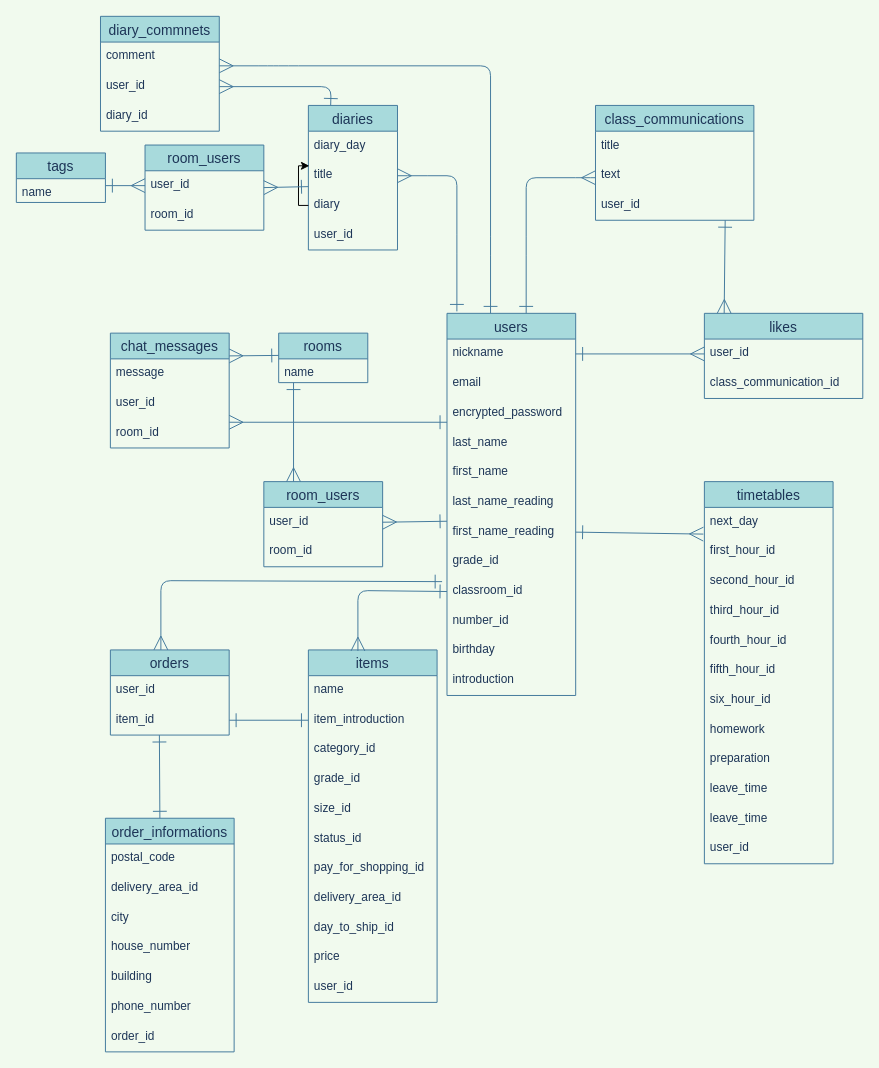
Above: ER.dio in hiratatatsujiro/contact_book_app (draw.io), before the change. Source tidied: cells renumbered, new cells numbered last; positions are measured from the earlier drawing's top-left corner, leaving out a move shared by most shapes. Both pictures are drawn from the tidied source at 99%, with x=0, y=0 at pixel (16, 16).
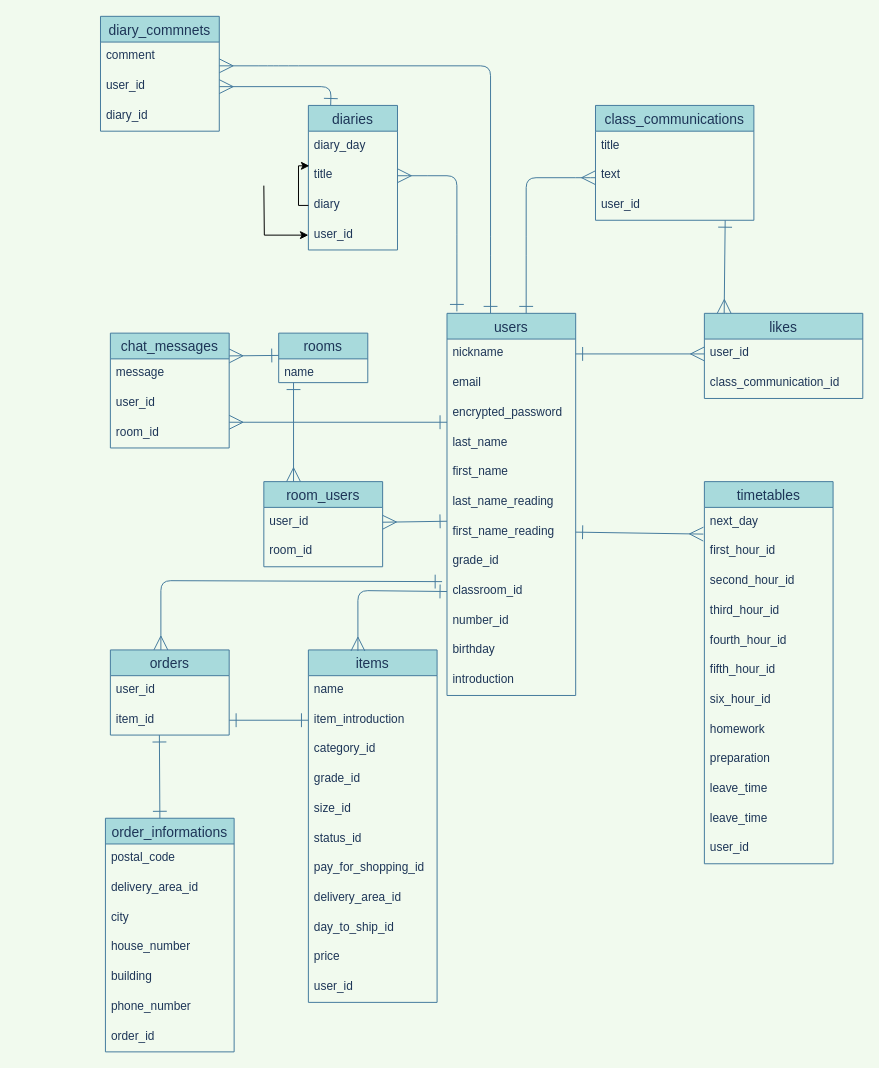
The same diagram, later.

Unchanged cells that the change refers to:
```xml
<mxCell id="17" value="title&#10;" style="text;strokeColor=none;fillColor=none;spacingLeft=4;spacingRight=4;overflow=hidden;points=[[0,0.5],[1,0.5]];portConstraint=eastwest;fontSize=12;fontColor=#1D3557;" parent="15" vertex="1">
  <mxGeometry y="56" width="90" height="30" as="geometry" />
</mxCell>
<mxCell id="20" value="user_id" style="text;strokeColor=none;fillColor=none;spacingLeft=4;spacingRight=4;overflow=hidden;points=[[0,0.5],[1,0.5]];portConstraint=eastwest;fontSize=12;fontColor=#1D3557;" parent="15" vertex="1">
  <mxGeometry y="116" width="90" height="30" as="geometry" />
</mxCell>
```

Diff of the diagram source:
```diff
@@
-    <mxCell id="92" value="tags" style="swimlane;fontStyle=0;horizontal=1;startSize=26;align=center;fontSize=14;fillColor=#A8DADC;strokeColor=#457B9D;fontColor=#1D3557;" parent="1" vertex="1">
-      <mxGeometry y="138" width="90" height="50" as="geometry" />
-    </mxCell>
-    <mxCell id="93" value="name" style="text;strokeColor=none;fillColor=none;spacingLeft=4;spacingRight=4;overflow=hidden;fontSize=12;fontColor=#1D3557;" parent="92" vertex="1">
-      <mxGeometry y="26" width="90" height="24" as="geometry" />
-    </mxCell>
-    <mxCell id="94" value="room_users" style="swimlane;fontStyle=0;horizontal=1;startSize=26;align=center;fontSize=14;fillColor=#A8DADC;strokeColor=#457B9D;fontColor=#1D3557;" parent="1" vertex="1">
-      <mxGeometry x="130" y="130" width="120" height="86" as="geometry" />
-    </mxCell>
-    <mxCell id="95" value="user_id" style="text;strokeColor=none;fillColor=none;spacingLeft=4;spacingRight=4;overflow=hidden;points=[[0,0.5],[1,0.5]];portConstraint=eastwest;fontSize=12;fontColor=#1D3557;" parent="94" vertex="1">
-      <mxGeometry y="26" width="120" height="30" as="geometry" />
-    </mxCell>
-    <mxCell id="96" value="room_id" style="text;strokeColor=none;fillColor=none;spacingLeft=4;spacingRight=4;overflow=hidden;fontSize=12;fontColor=#1D3557;" parent="94" vertex="1">
-      <mxGeometry y="56" width="120" height="30" as="geometry" />
-    </mxCell>
-    <mxCell id="97" style="edgeStyle=none;rounded=1;sketch=0;jettySize=auto;html=1;fontColor=#1D3557;startArrow=ERone;startFill=0;endArrow=ERmany;endFill=0;startSize=12;endSize=12;strokeColor=#457B9D;fillColor=#A8DADC;entryX=0.958;entryY=0.567;entryDx=0;entryDy=0;entryPerimeter=0;exitX=0;exitY=0.867;exitDx=0;exitDy=0;exitPerimeter=0;" parent="1" edge="1" source="17">
-      <mxGeometry relative="1" as="geometry">
-        <mxPoint x="250" y="173" as="targetPoint" />
-      </mxGeometry>
-    </mxCell>
-    <mxCell id="98" style="edgeStyle=none;rounded=1;sketch=0;jettySize=auto;html=1;fontColor=#1D3557;strokeColor=#457B9D;fillColor=#A8DADC;endArrow=ERmany;endFill=0;endSize=12;startSize=12;startArrow=ERone;startFill=0;entryX=0;entryY=0.5;entryDx=0;entryDy=0;" parent="1" edge="1" target="95">
-      <mxGeometry relative="1" as="geometry">
-        <mxPoint x="90" y="171" as="sourcePoint" />
-      </mxGeometry>
-    </mxCell>
+    <mxCell id="99" style="edgeStyle=orthogonalEdgeStyle;rounded=0;jettySize=auto;html=1;" parent="1" edge="1" target="20">
+      <mxGeometry relative="1" as="geometry">
+        <mxPoint x="250" y="171" as="sourcePoint" />
+      </mxGeometry>
+    </mxCell>
```
